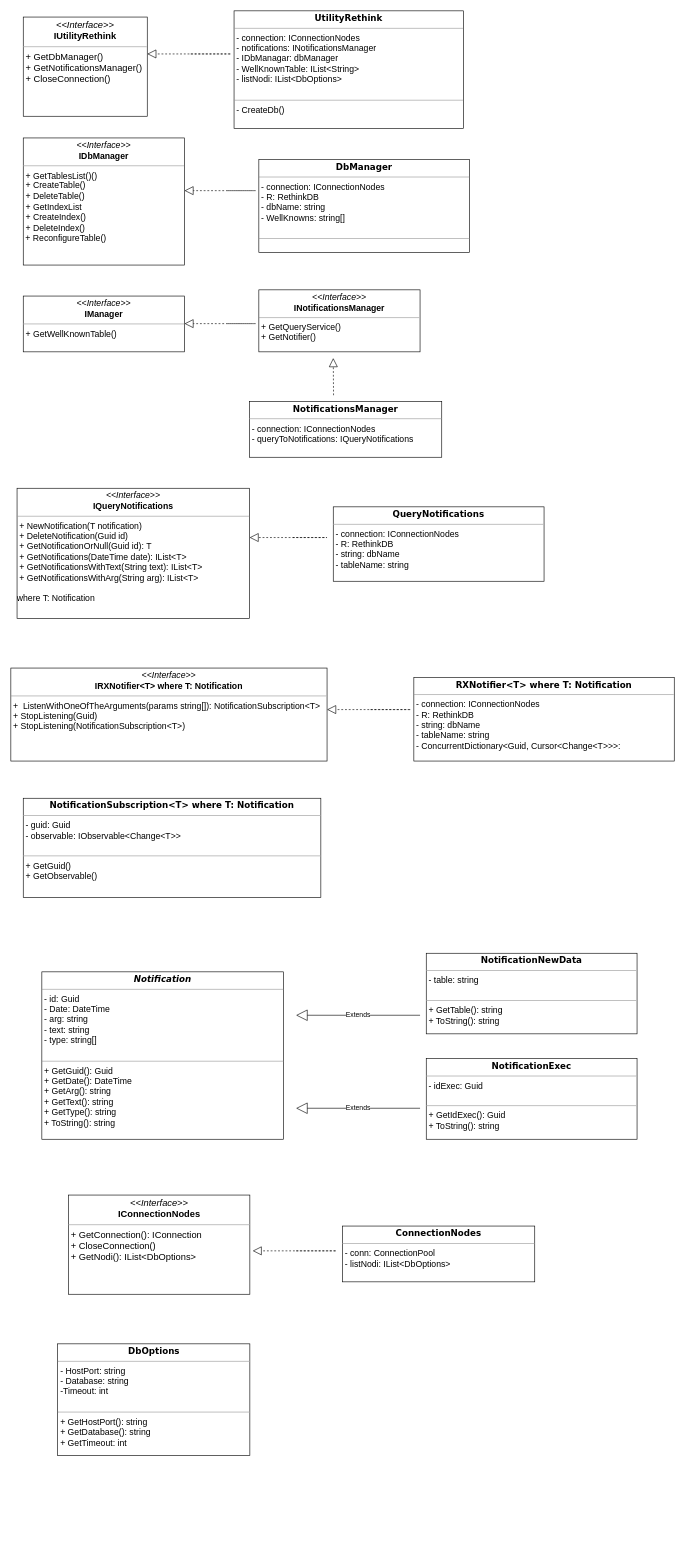
Above: Uml/InterfacceEImplementazioniUml.drawio in Ocsof/tesitriennale-RethinkDB (draw.io), before the change. Source tidied: cells renumbered, new cells numbered last; positions are measured from the earlier drawing's top-left corner, leaving out a move shared by most shapes. Both pictures are drawn from the tidied source at 62%, with x=0, y=0 at pixel (11, 11).
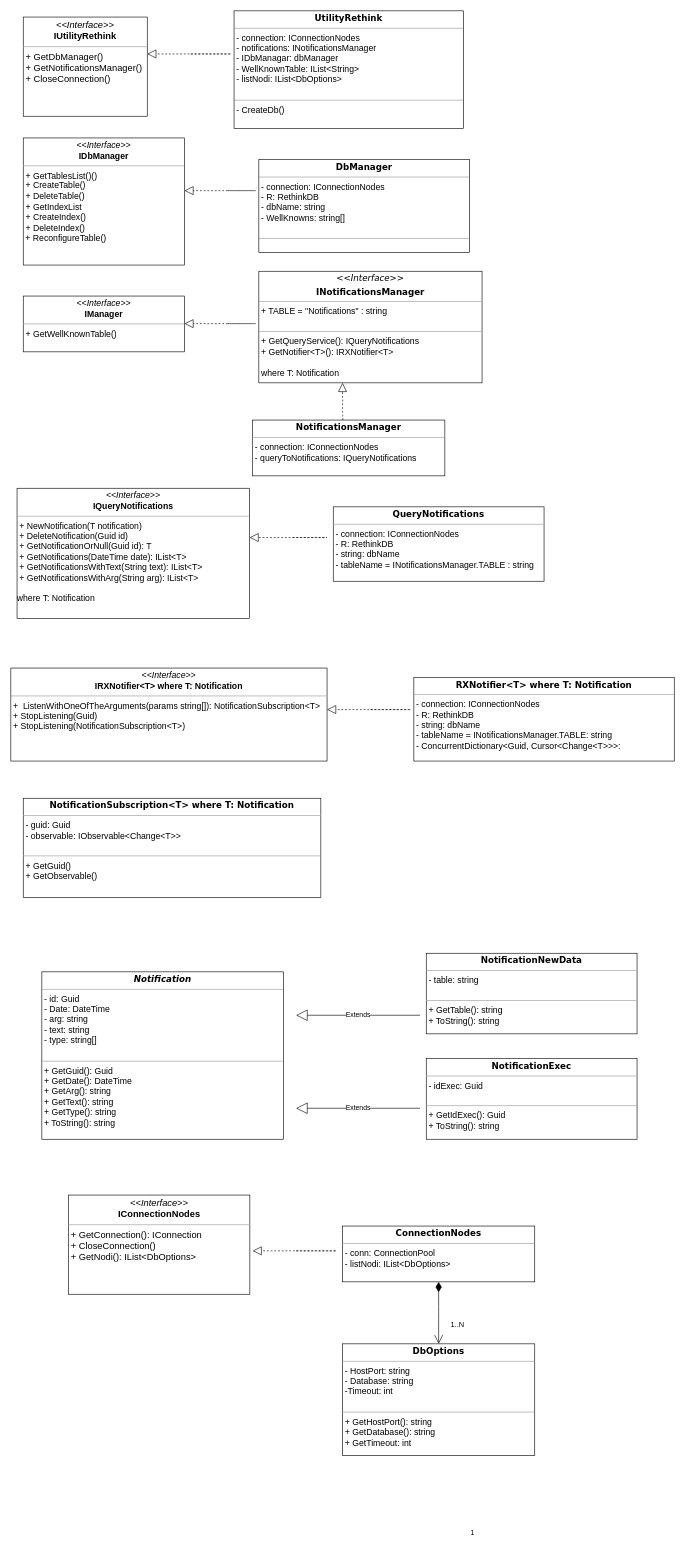
Above is the later version.

Unchanged cells that the change refers to:
```xml
<mxCell id="28" value="&lt;p style=&quot;margin: 4px 0px 0px ; text-align: center&quot;&gt;&lt;font face=&quot;verdana&quot;&gt;&lt;span style=&quot;font-size: 14px&quot;&gt;&lt;b&gt;ConnectionNodes&lt;/b&gt;&lt;/span&gt;&lt;/font&gt;&lt;/p&gt;&lt;hr size=&quot;1&quot; style=&quot;font-size: 14px&quot;&gt;&lt;p style=&quot;margin: 0px 0px 0px 4px ; font-size: 14px&quot;&gt;&lt;span&gt;&lt;font style=&quot;font-size: 14px&quot;&gt;- conn: ConnectionPool&lt;/font&gt;&lt;/span&gt;&lt;/p&gt;&lt;p style=&quot;margin: 0px 0px 0px 4px ; font-size: 14px&quot;&gt;&lt;span&gt;&lt;font style=&quot;font-size: 14px&quot;&gt;- listNodi: IList&amp;lt;DbOptions&amp;gt;&lt;/font&gt;&lt;/span&gt;&lt;/p&gt;&lt;font style=&quot;font-size: 14px&quot;&gt;&lt;span&gt;&amp;nbsp;&lt;/span&gt;&lt;br&gt;&lt;/font&gt;&lt;hr size=&quot;1&quot; style=&quot;font-size: 14px&quot;&gt;&lt;p style=&quot;margin: 0px 0px 0px 4px ; font-size: 14px&quot;&gt;&lt;br&gt;&lt;/p&gt;" style="verticalAlign=top;align=left;overflow=fill;fontSize=12;fontFamily=Helvetica;html=1;rounded=0;shadow=0;comic=0;labelBackgroundColor=none;strokeWidth=1;" parent="1" vertex="1">
  <mxGeometry x="535" y="1960" width="310" height="90" as="geometry" />
</mxCell>
```

The edit, as a diff of the source:
```diff
@@
-    <mxCell id="9" value="&lt;p style=&quot;margin: 4px 0px 0px ; text-align: center&quot;&gt;&lt;font&gt;&lt;i style=&quot;font-size: 14px&quot;&gt;&amp;lt;&amp;lt;Interface&amp;gt;&amp;gt;&lt;/i&gt;&lt;br&gt;&lt;span style=&quot;font-size: 14px&quot;&gt;&lt;b&gt;INotificationsManager&lt;/b&gt;&lt;/span&gt;&lt;br&gt;&lt;/font&gt;&lt;/p&gt;&lt;hr size=&quot;1&quot; style=&quot;font-size: 14px&quot;&gt;&lt;p style=&quot;margin: 0px 0px 0px 4px ; font-size: 14px&quot;&gt;&lt;font style=&quot;font-size: 14px&quot;&gt;+ GetQueryService()&lt;br&gt;+ GetNotifier()&lt;/font&gt;&lt;/p&gt;&lt;p style=&quot;margin: 0px 0px 0px 4px ; font-size: 14px&quot;&gt;&lt;br&gt;&lt;/p&gt;" style="verticalAlign=top;align=left;overflow=fill;fontSize=12;fontFamily=Helvetica;html=1;rounded=0;shadow=0;comic=0;labelBackgroundColor=none;strokeWidth=1;" parent="1" vertex="1">
-      <mxGeometry x="400" y="450" width="260" height="100" as="geometry" />
-    </mxCell>
@@
     <mxCell id="11" value="&lt;p style=&quot;margin: 4px 0px 0px ; text-align: center&quot;&gt;&lt;font face=&quot;verdana&quot;&gt;&lt;span style=&quot;font-size: 14px&quot;&gt;&lt;b&gt;NotificationsManager&lt;/b&gt;&lt;/span&gt;&lt;/font&gt;&lt;br&gt;&lt;/p&gt;&lt;hr size=&quot;1&quot; style=&quot;font-size: 14px&quot;&gt;&lt;p style=&quot;margin: 0px 0px 0px 4px ; font-size: 14px&quot;&gt;&lt;span&gt;&lt;font style=&quot;font-size: 14px&quot;&gt;- connection: IConnectionNodes&lt;/font&gt;&lt;/span&gt;&lt;/p&gt;&lt;p style=&quot;margin: 0px 0px 0px 4px ; font-size: 14px&quot;&gt;&lt;span&gt;&lt;font style=&quot;font-size: 14px&quot;&gt;- queryToNotifications: IQueryNotifications&lt;/font&gt;&lt;/span&gt;&lt;/p&gt;&lt;font style=&quot;font-size: 14px&quot;&gt;&lt;span&gt;&amp;nbsp;&lt;/span&gt;&lt;br&gt;&lt;/font&gt;&lt;hr size=&quot;1&quot; style=&quot;font-size: 14px&quot;&gt;&lt;p style=&quot;margin: 0px 0px 0px 4px ; font-size: 14px&quot;&gt;&lt;br&gt;&lt;/p&gt;" style="verticalAlign=top;align=left;overflow=fill;fontSize=12;fontFamily=Helvetica;html=1;rounded=0;shadow=0;comic=0;labelBackgroundColor=none;strokeWidth=1;" parent="1" vertex="1">
-      <mxGeometry x="385" y="630" width="310" height="90" as="geometry" />
+      <mxGeometry x="390" y="660" width="310" height="90" as="geometry" />
     </mxCell>
@@
     <mxCell id="13" style="endArrow=block;dashed=1;endFill=0;endSize=12;html=1;" parent="1" edge="1">
       <mxGeometry relative="1" as="geometry">
-        <mxPoint x="520.5" y="620" as="sourcePoint" />
-        <mxPoint x="520" y="560" as="targetPoint" />
+        <mxPoint x="535.5" y="660" as="sourcePoint" />
+        <mxPoint x="535" y="600" as="targetPoint" />
+        <Array as="points">
+          <mxPoint x="535" y="650" />
+        </Array>
       </mxGeometry>
     </mxCell>
@@
-    <mxCell id="16" value="&lt;p style=&quot;margin: 4px 0px 0px ; text-align: center ; font-size: 14px&quot;&gt;&lt;font face=&quot;verdana&quot;&gt;&lt;b&gt;QueryNotifications&lt;/b&gt;&lt;/font&gt;&lt;/p&gt;&lt;hr size=&quot;1&quot; style=&quot;font-size: 14px&quot;&gt;&lt;p style=&quot;margin: 0px 0px 0px 4px ; font-size: 14px&quot;&gt;&lt;span&gt;&lt;font style=&quot;font-size: 14px&quot;&gt;- connection: IConnectionNodes&lt;/font&gt;&lt;/span&gt;&lt;/p&gt;&lt;p style=&quot;margin: 0px 0px 0px 4px ; font-size: 14px&quot;&gt;&lt;span&gt;&lt;font style=&quot;font-size: 14px&quot;&gt;- R: RethinkDB&lt;/font&gt;&lt;/span&gt;&lt;/p&gt;&lt;p style=&quot;margin: 0px 0px 0px 4px ; font-size: 14px&quot;&gt;&lt;span&gt;&lt;font style=&quot;font-size: 14px&quot;&gt;- string: dbName&lt;/font&gt;&lt;/span&gt;&lt;/p&gt;&lt;p style=&quot;margin: 0px 0px 0px 4px ; font-size: 14px&quot;&gt;&lt;font style=&quot;font-size: 14px&quot;&gt;&lt;span&gt;- tableName: string&lt;/span&gt;&lt;/font&gt;&lt;/p&gt;&lt;font style=&quot;font-size: 14px&quot;&gt;&lt;span&gt;&amp;nbsp;&lt;/span&gt;&lt;br&gt;&lt;/font&gt;&lt;hr size=&quot;1&quot; style=&quot;font-size: 14px&quot;&gt;&lt;p style=&quot;margin: 0px 0px 0px 4px ; font-size: 14px&quot;&gt;&lt;br&gt;&lt;/p&gt;" style="verticalAlign=top;align=left;overflow=fill;fontSize=12;fontFamily=Helvetica;html=1;rounded=0;shadow=0;comic=0;labelBackgroundColor=none;strokeWidth=1;" parent="1" vertex="1">
+    <mxCell id="16" value="&lt;p style=&quot;margin: 4px 0px 0px ; text-align: center ; font-size: 14px&quot;&gt;&lt;font face=&quot;verdana&quot;&gt;&lt;b&gt;QueryNotifications&lt;/b&gt;&lt;/font&gt;&lt;/p&gt;&lt;hr size=&quot;1&quot; style=&quot;font-size: 14px&quot;&gt;&lt;p style=&quot;margin: 0px 0px 0px 4px ; font-size: 14px&quot;&gt;&lt;span&gt;&lt;font style=&quot;font-size: 14px&quot;&gt;- connection: IConnectionNodes&lt;/font&gt;&lt;/span&gt;&lt;/p&gt;&lt;p style=&quot;margin: 0px 0px 0px 4px ; font-size: 14px&quot;&gt;&lt;span&gt;&lt;font style=&quot;font-size: 14px&quot;&gt;- R: RethinkDB&lt;/font&gt;&lt;/span&gt;&lt;/p&gt;&lt;p style=&quot;margin: 0px 0px 0px 4px ; font-size: 14px&quot;&gt;&lt;span&gt;&lt;font style=&quot;font-size: 14px&quot;&gt;- string: dbName&lt;/font&gt;&lt;/span&gt;&lt;/p&gt;&lt;p style=&quot;margin: 0px 0px 0px 4px ; font-size: 14px&quot;&gt;&lt;font style=&quot;font-size: 14px&quot;&gt;&lt;span&gt;- tableName = INotificationsManager.TABLE : string&lt;/span&gt;&lt;/font&gt;&lt;/p&gt;&lt;font style=&quot;font-size: 14px&quot;&gt;&lt;span&gt;&amp;nbsp;&lt;/span&gt;&lt;br&gt;&lt;/font&gt;&lt;hr size=&quot;1&quot; style=&quot;font-size: 14px&quot;&gt;&lt;p style=&quot;margin: 0px 0px 0px 4px ; font-size: 14px&quot;&gt;&lt;br&gt;&lt;/p&gt;" style="verticalAlign=top;align=left;overflow=fill;fontSize=12;fontFamily=Helvetica;html=1;rounded=0;shadow=0;comic=0;labelBackgroundColor=none;strokeWidth=1;" parent="1" vertex="1">
       <mxGeometry x="520" y="800" width="340" height="120" as="geometry" />
     </mxCell>
@@
-    <mxCell id="19" value="&lt;p style=&quot;margin: 4px 0px 0px ; text-align: center&quot;&gt;&lt;font face=&quot;verdana&quot;&gt;&lt;span style=&quot;font-size: 14px&quot;&gt;&lt;b&gt;RXNotifier&amp;lt;T&amp;gt; where T: Notification&lt;/b&gt;&lt;/span&gt;&lt;/font&gt;&lt;br&gt;&lt;/p&gt;&lt;hr size=&quot;1&quot; style=&quot;font-size: 14px&quot;&gt;&lt;p style=&quot;margin: 0px 0px 0px 4px ; font-size: 14px&quot;&gt;&lt;span&gt;&lt;font style=&quot;font-size: 14px&quot;&gt;- connection: IConnectionNodes&lt;/font&gt;&lt;/span&gt;&lt;/p&gt;&lt;p style=&quot;margin: 0px 0px 0px 4px ; font-size: 14px&quot;&gt;&lt;span&gt;&lt;font style=&quot;font-size: 14px&quot;&gt;- R: RethinkDB&lt;/font&gt;&lt;/span&gt;&lt;/p&gt;&lt;p style=&quot;margin: 0px 0px 0px 4px ; font-size: 14px&quot;&gt;&lt;span&gt;&lt;font style=&quot;font-size: 14px&quot;&gt;- string: dbName&lt;/font&gt;&lt;/span&gt;&lt;/p&gt;&lt;p style=&quot;margin: 0px 0px 0px 4px ; font-size: 14px&quot;&gt;&lt;font style=&quot;font-size: 14px&quot;&gt;&lt;span&gt;- tableName: string&lt;/span&gt;&lt;/font&gt;&lt;/p&gt;&lt;span style=&quot;font-size: 14px&quot;&gt;&amp;nbsp;- ConcurrentDictionary&amp;lt;Guid, Cursor&amp;lt;Change&amp;lt;T&amp;gt;&amp;gt;&amp;gt;:&amp;nbsp;&lt;/span&gt;&lt;p style=&quot;margin: 0px 0px 0px 4px ; font-size: 14px&quot;&gt;&lt;font style=&quot;font-size: 14px&quot;&gt;&lt;span&gt;&amp;nbsp;&lt;/span&gt;&lt;/font&gt;&lt;/p&gt;&lt;font style=&quot;font-size: 14px&quot;&gt;&lt;br&gt;&lt;/font&gt;&lt;hr size=&quot;1&quot; style=&quot;font-size: 14px&quot;&gt;&lt;p style=&quot;margin: 0px 0px 0px 4px ; font-size: 14px&quot;&gt;&lt;br&gt;&lt;/p&gt;" style="verticalAlign=top;align=left;overflow=fill;fontSize=12;fontFamily=Helvetica;html=1;rounded=0;shadow=0;comic=0;labelBackgroundColor=none;strokeWidth=1;" parent="1" vertex="1">
+    <mxCell id="19" value="&lt;p style=&quot;margin: 4px 0px 0px ; text-align: center&quot;&gt;&lt;font face=&quot;verdana&quot;&gt;&lt;span style=&quot;font-size: 14px&quot;&gt;&lt;b&gt;RXNotifier&amp;lt;T&amp;gt; where T: Notification&lt;/b&gt;&lt;/span&gt;&lt;/font&gt;&lt;br&gt;&lt;/p&gt;&lt;hr size=&quot;1&quot; style=&quot;font-size: 14px&quot;&gt;&lt;p style=&quot;margin: 0px 0px 0px 4px ; font-size: 14px&quot;&gt;&lt;span&gt;&lt;font style=&quot;font-size: 14px&quot;&gt;- connection: IConnectionNodes&lt;/font&gt;&lt;/span&gt;&lt;/p&gt;&lt;p style=&quot;margin: 0px 0px 0px 4px ; font-size: 14px&quot;&gt;&lt;span&gt;&lt;font style=&quot;font-size: 14px&quot;&gt;- R: RethinkDB&lt;/font&gt;&lt;/span&gt;&lt;/p&gt;&lt;p style=&quot;margin: 0px 0px 0px 4px ; font-size: 14px&quot;&gt;&lt;span&gt;&lt;font style=&quot;font-size: 14px&quot;&gt;- string: dbName&lt;/font&gt;&lt;/span&gt;&lt;/p&gt;&lt;p style=&quot;margin: 0px 0px 0px 4px ; font-size: 14px&quot;&gt;&lt;font style=&quot;font-size: 14px&quot;&gt;&lt;span&gt;- tableName = INotificationsManager.TABLE: string&lt;/span&gt;&lt;/font&gt;&lt;/p&gt;&lt;span style=&quot;font-size: 14px&quot;&gt;&amp;nbsp;- ConcurrentDictionary&amp;lt;Guid, Cursor&amp;lt;Change&amp;lt;T&amp;gt;&amp;gt;&amp;gt;:&amp;nbsp;&lt;/span&gt;&lt;p style=&quot;margin: 0px 0px 0px 4px ; font-size: 14px&quot;&gt;&lt;font style=&quot;font-size: 14px&quot;&gt;&lt;span&gt;&amp;nbsp;&lt;/span&gt;&lt;/font&gt;&lt;/p&gt;&lt;font style=&quot;font-size: 14px&quot;&gt;&lt;br&gt;&lt;/font&gt;&lt;hr size=&quot;1&quot; style=&quot;font-size: 14px&quot;&gt;&lt;p style=&quot;margin: 0px 0px 0px 4px ; font-size: 14px&quot;&gt;&lt;br&gt;&lt;/p&gt;" style="verticalAlign=top;align=left;overflow=fill;fontSize=12;fontFamily=Helvetica;html=1;rounded=0;shadow=0;comic=0;labelBackgroundColor=none;strokeWidth=1;" parent="1" vertex="1">
       <mxGeometry x="650" y="1075" width="420" height="135" as="geometry" />
     </mxCell>
@@
     <mxCell id="29" value="&lt;p style=&quot;margin: 4px 0px 0px ; text-align: center&quot;&gt;&lt;font face=&quot;verdana&quot;&gt;&lt;span style=&quot;font-size: 14px&quot;&gt;&lt;b&gt;DbOptions&lt;/b&gt;&lt;/span&gt;&lt;/font&gt;&lt;/p&gt;&lt;hr size=&quot;1&quot; style=&quot;font-size: 14px&quot;&gt;&lt;p style=&quot;margin: 0px 0px 0px 4px ; font-size: 14px&quot;&gt;&lt;span&gt;&lt;font style=&quot;font-size: 14px&quot;&gt;- HostPort: string&lt;/font&gt;&lt;/span&gt;&lt;/p&gt;&lt;p style=&quot;margin: 0px 0px 0px 4px ; font-size: 14px&quot;&gt;&lt;span&gt;&lt;font style=&quot;font-size: 14px&quot;&gt;- Database: string&lt;/font&gt;&lt;/span&gt;&lt;/p&gt;&lt;p style=&quot;margin: 0px 0px 0px 4px ; font-size: 14px&quot;&gt;&lt;span&gt;&lt;font style=&quot;font-size: 14px&quot;&gt;-Timeout: int&lt;/font&gt;&lt;/span&gt;&lt;/p&gt;&lt;font style=&quot;font-size: 14px&quot;&gt;&lt;span&gt;&amp;nbsp;&lt;/span&gt;&lt;br&gt;&lt;/font&gt;&lt;hr size=&quot;1&quot; style=&quot;font-size: 14px&quot;&gt;&lt;p style=&quot;margin: 0px 0px 0px 4px ; font-size: 14px&quot;&gt;+ GetHostPort(): string&lt;/p&gt;&lt;p style=&quot;margin: 0px 0px 0px 4px ; font-size: 14px&quot;&gt;+ GetDatabase(): string&lt;/p&gt;&lt;p style=&quot;margin: 0px 0px 0px 4px ; font-size: 14px&quot;&gt;+ GetTimeout: int&lt;/p&gt;" style="verticalAlign=top;align=left;overflow=fill;fontSize=12;fontFamily=Helvetica;html=1;rounded=0;shadow=0;comic=0;labelBackgroundColor=none;strokeWidth=1;" parent="1" vertex="1">
-      <mxGeometry x="75.5" y="2150" width="310" height="180" as="geometry" />
+      <mxGeometry x="535" y="2150" width="310" height="180" as="geometry" />
     </mxCell>
+    <mxCell id="30" value="&lt;p style=&quot;margin: 4px 0px 0px ; text-align: center ; font-size: 14px&quot;&gt;&lt;font face=&quot;verdana&quot;&gt;&lt;i&gt;&amp;lt;&amp;lt;Interface&amp;gt;&amp;gt;&lt;/i&gt;&lt;/font&gt;&lt;/p&gt;&lt;p style=&quot;margin: 4px 0px 0px ; text-align: center ; font-size: 14px&quot;&gt;&lt;font face=&quot;verdana&quot;&gt;&lt;b&gt;INotificationsManager&lt;/b&gt;&lt;/font&gt;&lt;/p&gt;&lt;hr size=&quot;1&quot; style=&quot;font-size: 14px&quot;&gt;&lt;p style=&quot;margin: 0px 0px 0px 4px ; font-size: 14px&quot;&gt;+ TABLE = &quot;Notifications&quot; : string&lt;/p&gt;&lt;font style=&quot;font-size: 14px&quot;&gt;&lt;span&gt;&amp;nbsp;&lt;/span&gt;&lt;br&gt;&lt;/font&gt;&lt;hr size=&quot;1&quot; style=&quot;font-size: 14px&quot;&gt;&lt;p style=&quot;margin: 0px 0px 0px 4px ; font-size: 14px&quot;&gt;+ GetQueryService(): IQueryNotifications&lt;/p&gt;&lt;p style=&quot;margin: 0px 0px 0px 4px ; font-size: 14px&quot;&gt;+ GetNotifier&amp;lt;T&amp;gt;(): IRXNotifier&amp;lt;T&amp;gt;&lt;/p&gt;&lt;p style=&quot;margin: 0px 0px 0px 4px ; font-size: 14px&quot;&gt;&lt;br&gt;&lt;/p&gt;&lt;p style=&quot;margin: 0px 0px 0px 4px ; font-size: 14px&quot;&gt;where T: Notification&lt;/p&gt;" style="verticalAlign=top;align=left;overflow=fill;fontSize=12;fontFamily=Helvetica;html=1;rounded=0;shadow=0;comic=0;labelBackgroundColor=none;strokeWidth=1;" parent="1" vertex="1">
+      <mxGeometry x="400" y="420" width="360" height="180" as="geometry" />
+    </mxCell>
+    <mxCell id="31" value="1" style="endArrow=open;html=1;endSize=12;startArrow=diamondThin;startSize=14;startFill=1;edgeStyle=orthogonalEdgeStyle;align=left;verticalAlign=bottom;exitX=0.5;exitY=1;exitDx=0;exitDy=0;" parent="1" edge="1" source="28">
+      <mxGeometry x="1" y="314" relative="1" as="geometry">
+        <mxPoint x="690" y="2150" as="targetPoint" />
+        <mxPoint x="-264" y="310" as="offset" />
+      </mxGeometry>
+    </mxCell>
+    <mxCell id="32" value="1..N&lt;br&gt;" style="text;html=1;align=center;verticalAlign=middle;" parent="1" vertex="1">
+      <mxGeometry x="700" y="2110" width="40" height="20" as="geometry" />
+    </mxCell>
```
